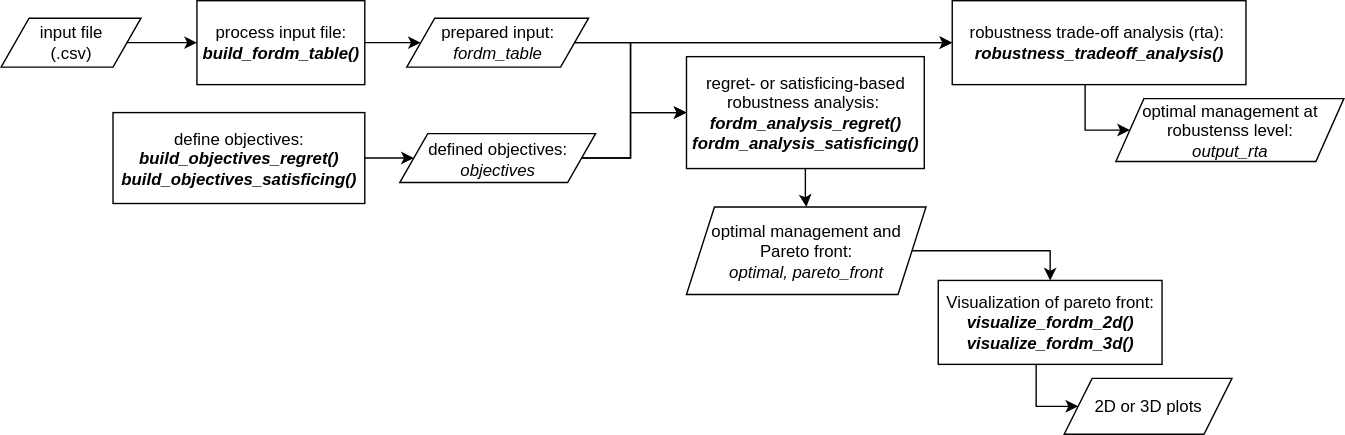
The draw.io diagram figures/structure.svg in mdjahan/FoRDM, before a commit. Source tidied: cells renumbered, new cells last; positions are measured from the earlier drawing's top-left corner, leaving out a move shared by most shapes.
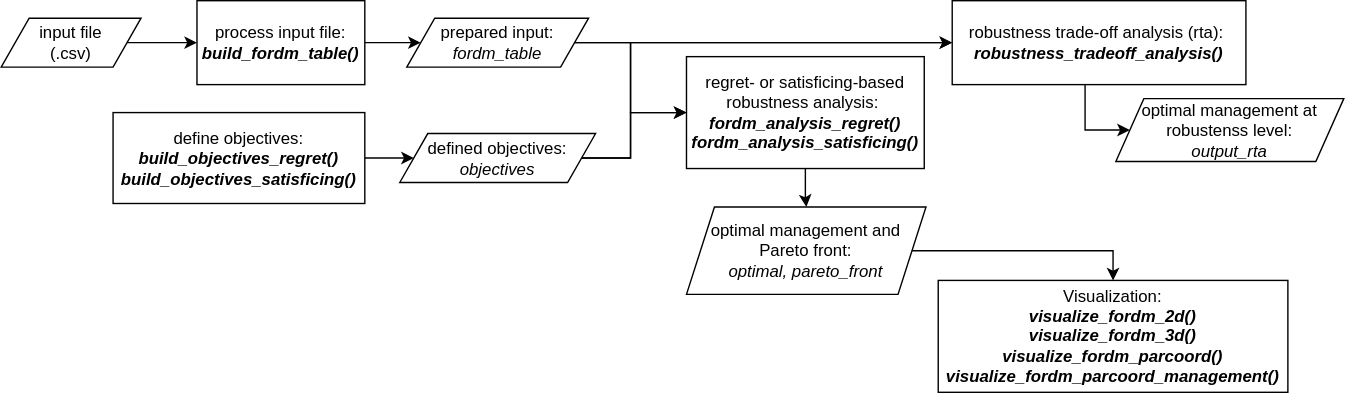
Later version of the same file.

Diff of the diagram source:
```diff
@@ -67,19 +67,9 @@
     <mxCell id="17" value="defined objectives:&lt;div&gt;&lt;i&gt;objectives&lt;/i&gt;&lt;/div&gt;" style="shape=parallelogram;perimeter=parallelogramPerimeter;whiteSpace=wrap;html=1;fixedSize=1;" parent="1" vertex="1">
       <mxGeometry x="285" y="95" width="140" height="35" as="geometry" />
     </mxCell>
-    <mxCell id="18" style="edgeStyle=orthogonalEdgeStyle;rounded=0;jettySize=auto;html=1;entryX=0;entryY=0.5;entryDx=0;entryDy=0;" parent="1" edge="1" source="19" target="20">
-      <mxGeometry relative="1" as="geometry">
-        <Array as="points">
-          <mxPoint x="740" y="290" />
-        </Array>
-      </mxGeometry>
-    </mxCell>
-    <mxCell id="19" value="Visualization of pareto front:&lt;div&gt;&lt;i style=&quot;background-color: transparent; color: light-dark(rgb(0, 0, 0), rgb(255, 255, 255));&quot;&gt;&lt;b&gt;visualize_fordm_2d()&lt;/b&gt;&lt;/i&gt;&lt;/div&gt;&lt;div&gt;&lt;i style=&quot;background-color: transparent; color: light-dark(rgb(0, 0, 0), rgb(255, 255, 255));&quot;&gt;&lt;b&gt;visualize_fordm_3d()&lt;/b&gt;&lt;/i&gt;&lt;/div&gt;" style="rounded=0;whiteSpace=wrap;html=1;" parent="1" vertex="1">
-      <mxGeometry x="670" y="200" width="160" height="60" as="geometry" />
+    <mxCell id="19" value="Visualization:&lt;div&gt;&lt;i style=&quot;background-color: transparent; color: light-dark(rgb(0, 0, 0), rgb(255, 255, 255));&quot;&gt;&lt;b&gt;visualize_fordm_2d()&lt;/b&gt;&lt;/i&gt;&lt;/div&gt;&lt;div&gt;&lt;i style=&quot;background-color: transparent; color: light-dark(rgb(0, 0, 0), rgb(255, 255, 255));&quot;&gt;&lt;b&gt;visualize_fordm_3d()&lt;/b&gt;&lt;/i&gt;&lt;/div&gt;&lt;div&gt;&lt;i style=&quot;background-color: transparent; color: light-dark(rgb(0, 0, 0), rgb(255, 255, 255));&quot;&gt;&lt;b&gt;visualize_fordm_parcoord()&lt;/b&gt;&lt;/i&gt;&lt;/div&gt;&lt;div&gt;&lt;i style=&quot;background-color: transparent; color: light-dark(rgb(0, 0, 0), rgb(255, 255, 255));&quot;&gt;&lt;b&gt;visualize_fordm_parcoord_management()&lt;/b&gt;&lt;/i&gt;&lt;/div&gt;" style="rounded=0;whiteSpace=wrap;html=1;" parent="1" vertex="1">
+      <mxGeometry x="670" y="200" width="250" height="80" as="geometry" />
     </mxCell>
-    <mxCell id="20" value="2D or 3D plots" style="shape=parallelogram;perimeter=parallelogramPerimeter;whiteSpace=wrap;html=1;fixedSize=1;spacingTop=0;spacing=0;spacingLeft=10;spacingRight=10;" parent="1" vertex="1">
-      <mxGeometry x="760" y="270" width="120" height="40" as="geometry" />
-    </mxCell>
     <mxCell id="21" style="edgeStyle=orthogonalEdgeStyle;rounded=0;jettySize=auto;html=1;entryX=0;entryY=0.5;entryDx=0;entryDy=0;" parent="1" edge="1" source="22" target="23">
       <mxGeometry relative="1" as="geometry">
         <Array as="points">
```
